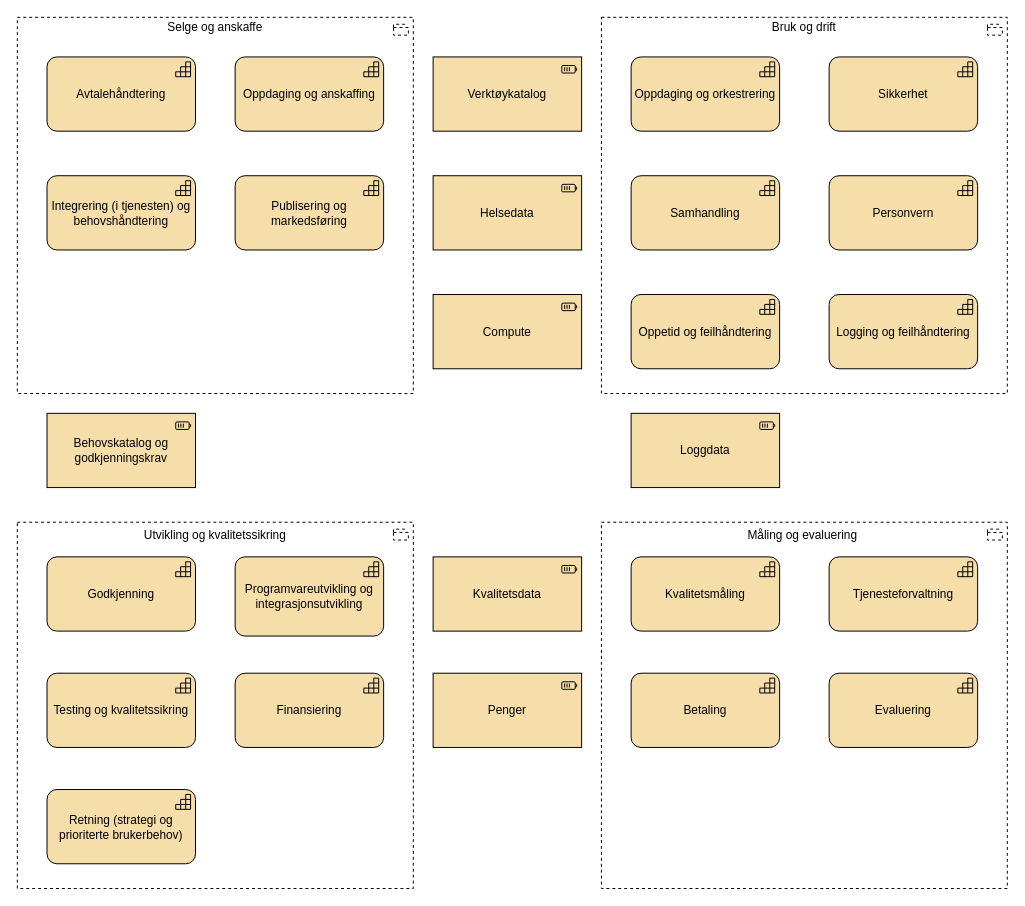
Before: page "kapabilitetskart-okosystem" (8 of 9) of docs/strategi/value-chain.drawio in hdir/Digital-Forstelinje, a draw.io diagram. Source tidied: cells renumbered, new cells numbered last; positions are measured from the earlier drawing's top-left corner, leaving out a move shared by most shapes. Both pictures are drawn from the tidied source at 99%, with x=0, y=0 at pixel (17, 17).
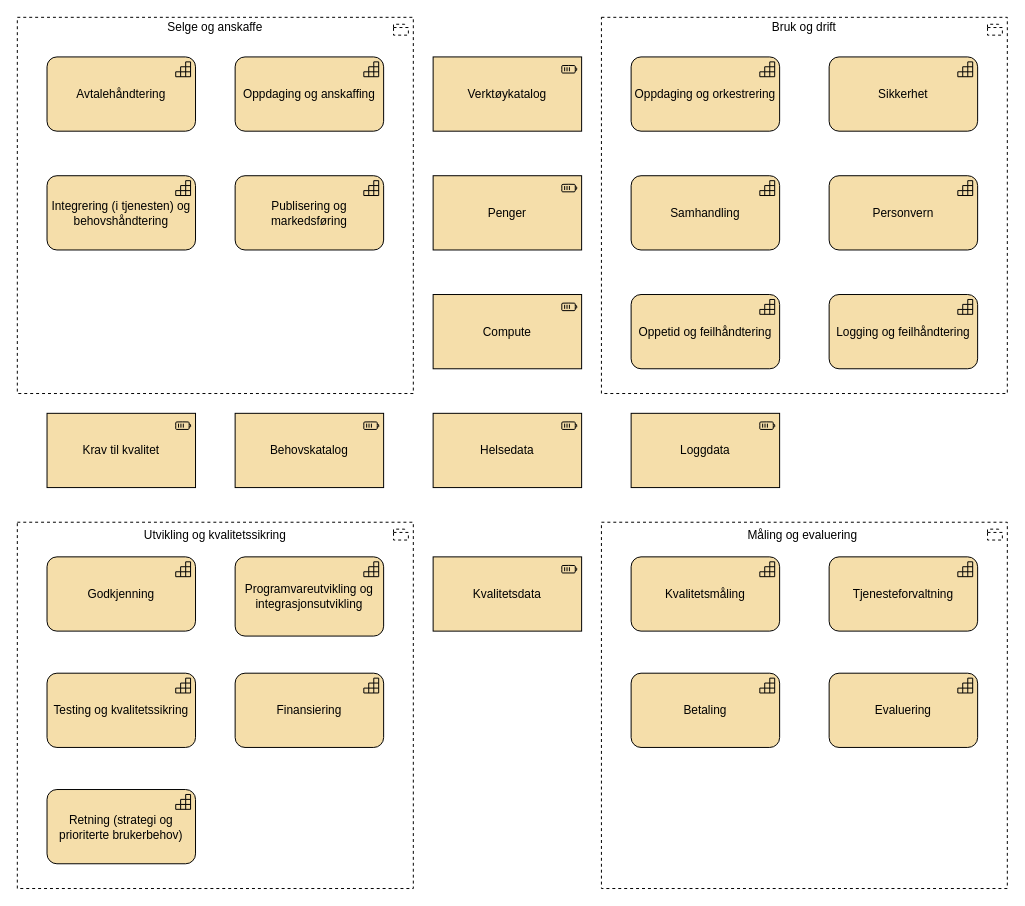
After the change.

What changed in the source:
```diff
@@
     <mxCell id="8" value="Helsedata" style="html=1;whiteSpace=wrap;fillColor=#F5DEAA;shape=mxgraph.archimate3.application;appType=resource;archiType=square;" parent="1" vertex="1">
-      <mxGeometry x="420" y="160" width="150" height="75" as="geometry" />
+      <mxGeometry x="420" y="400" width="150" height="75" as="geometry" />
     </mxCell>
@@
     <mxCell id="12" value="Penger" style="html=1;whiteSpace=wrap;fillColor=#F5DEAA;shape=mxgraph.archimate3.application;appType=resource;archiType=square;" parent="1" vertex="1">
-      <mxGeometry x="420" y="662.5" width="150" height="75" as="geometry" />
+      <mxGeometry x="420" y="160" width="150" height="75" as="geometry" />
     </mxCell>
@@
-    <mxCell id="25" value="Behovskatalog og godkjenningskrav" style="html=1;whiteSpace=wrap;fillColor=#F5DEAA;shape=mxgraph.archimate3.application;appType=resource;archiType=square;" parent="1" vertex="1">
-      <mxGeometry x="30" y="400" width="150" height="75" as="geometry" />
+    <mxCell id="25" value="Behovskatalog" style="html=1;whiteSpace=wrap;fillColor=#F5DEAA;shape=mxgraph.archimate3.application;appType=resource;archiType=square;" parent="1" vertex="1">
+      <mxGeometry x="220" y="400" width="150" height="75" as="geometry" />
     </mxCell>
@@
+    <mxCell id="32" value="Krav til kvalitet" style="html=1;whiteSpace=wrap;fillColor=#F5DEAA;shape=mxgraph.archimate3.application;appType=resource;archiType=square;" parent="1" vertex="1">
+      <mxGeometry x="30" y="400" width="150" height="75" as="geometry" />
+    </mxCell>
```
